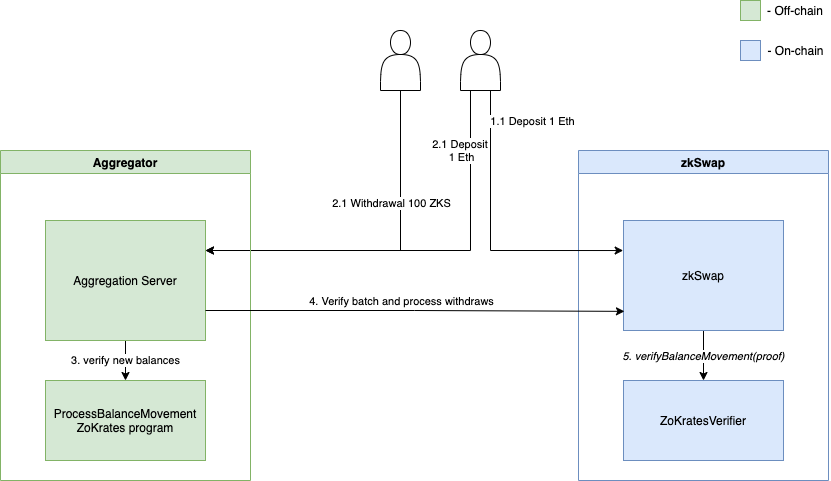
Above: thesis/diagrams/depWithFlow.png in petscheit/bachelor (draw.io), before the change. Source tidied: cells renumbered, new cells last; positions are measured from the earlier drawing's top-left corner, leaving out a move shared by most shapes. Source of this version:
```xml
<mxGraphModel>
  <root>
    <mxCell id="0" />
    <mxCell id="1" parent="0" />
    <mxCell id="2" value="&amp;nbsp;" style="text;html=1;align=left;verticalAlign=middle;" parent="1" vertex="1">
      <mxGeometry x="20" y="385" width="20" height="20" as="geometry" />
    </mxCell>
    <mxCell id="3" value="zkSwap" style="swimlane;fillColor=#dae8fc;strokeColor=#6c8ebf;" parent="1" vertex="1">
      <mxGeometry x="578" y="150" width="250" height="330" as="geometry" />
    </mxCell>
    <mxCell id="4" value="ZoKratesVerifier" style="rounded=0;whiteSpace=wrap;html=1;fillColor=#dae8fc;strokeColor=#6c8ebf;" parent="3" vertex="1">
      <mxGeometry x="45" y="230" width="160" height="80" as="geometry" />
    </mxCell>
    <mxCell id="5" value="&lt;i&gt;5. verifyBalanceMovement(proof)&lt;/i&gt;" style="edgeStyle=orthogonalEdgeStyle;rounded=0;jettySize=auto;html=1;exitX=0.5;exitY=1;exitDx=0;exitDy=0;" parent="3" edge="1" source="6" target="4">
      <mxGeometry relative="1" as="geometry" />
    </mxCell>
    <mxCell id="6" value="zkSwap" style="rounded=0;whiteSpace=wrap;html=1;fillColor=#dae8fc;strokeColor=#6c8ebf;" parent="3" vertex="1">
      <mxGeometry x="45" y="70" width="160" height="110" as="geometry" />
    </mxCell>
    <mxCell id="7" style="edgeStyle=orthogonalEdgeStyle;rounded=0;jettySize=auto;html=1;exitX=0.5;exitY=1;exitDx=0;exitDy=0;entryX=1;entryY=0.25;entryDx=0;entryDy=0;shadow=0;" parent="1" edge="1" source="9" target="17">
      <mxGeometry relative="1" as="geometry" />
    </mxCell>
    <mxCell id="8" value="2.1 Withdrawal 100 ZKS" style="edgeLabel;html=1;align=center;verticalAlign=middle;" parent="7" vertex="1">
      <mxGeometry x="-0.47" y="-1" relative="1" as="geometry">
        <mxPoint x="-9" y="18.3" as="offset" />
      </mxGeometry>
    </mxCell>
    <mxCell id="9" style="shape=actor;whiteSpace=wrap;html=1;" parent="1" vertex="1">
      <mxGeometry x="380" y="30" width="40" height="60" as="geometry" />
    </mxCell>
    <mxCell id="10" style="edgeStyle=orthogonalEdgeStyle;rounded=0;jettySize=auto;html=1;exitX=0.25;exitY=1;exitDx=0;exitDy=0;entryX=1;entryY=0.25;entryDx=0;entryDy=0;shadow=0;" parent="1" edge="1" source="14" target="17">
      <mxGeometry relative="1" as="geometry" />
    </mxCell>
    <mxCell id="11" value="2.1 Deposit &lt;br&gt;1 Eth" style="edgeLabel;html=1;align=center;verticalAlign=middle;" parent="10" vertex="1">
      <mxGeometry x="-0.55" relative="1" as="geometry">
        <mxPoint x="-10" y="-34.8" as="offset" />
      </mxGeometry>
    </mxCell>
    <mxCell id="12" style="edgeStyle=orthogonalEdgeStyle;rounded=0;jettySize=auto;html=1;exitX=0.75;exitY=1;exitDx=0;exitDy=0;shadow=0;entryX=-0.002;entryY=0.273;entryDx=0;entryDy=0;entryPerimeter=0;" parent="1" edge="1" source="14" target="6">
      <mxGeometry relative="1" as="geometry" />
    </mxCell>
    <mxCell id="13" value="1.1 Deposit 1 Eth" style="edgeLabel;html=1;align=center;verticalAlign=middle;" parent="12" vertex="1">
      <mxGeometry x="0.21" y="1" relative="1" as="geometry">
        <mxPoint x="24.4" y="-129" as="offset" />
      </mxGeometry>
    </mxCell>
    <mxCell id="14" style="shape=actor;whiteSpace=wrap;html=1;" parent="1" vertex="1">
      <mxGeometry x="460" y="30" width="40" height="60" as="geometry" />
    </mxCell>
    <mxCell id="15" value="Aggregator" style="swimlane;fillColor=#d5e8d4;strokeColor=#82b366;" parent="1" vertex="1">
      <mxGeometry y="150" width="250" height="330" as="geometry" />
    </mxCell>
    <mxCell id="16" value="3. verify new balances" style="edgeStyle=orthogonalEdgeStyle;rounded=0;jettySize=auto;html=1;exitX=0.5;exitY=1;exitDx=0;exitDy=0;entryX=0.5;entryY=0;entryDx=0;entryDy=0;" parent="15" edge="1" source="17" target="18">
      <mxGeometry relative="1" as="geometry" />
    </mxCell>
    <mxCell id="17" value="Aggregation Server" style="rounded=0;whiteSpace=wrap;html=1;fillColor=#d5e8d4;strokeColor=#82b366;" parent="15" vertex="1">
      <mxGeometry x="45" y="70" width="160" height="120" as="geometry" />
    </mxCell>
    <mxCell id="18" value="ProcessBalanceMovement&lt;br&gt;ZoKrates program" style="rounded=0;whiteSpace=wrap;html=1;fillColor=#d5e8d4;strokeColor=#82b366;" parent="15" vertex="1">
      <mxGeometry x="45" y="230" width="160" height="80" as="geometry" />
    </mxCell>
    <mxCell id="19" style="rounded=0;whiteSpace=wrap;html=1;fillColor=#d5e8d4;strokeColor=#82b366;" parent="1" vertex="1">
      <mxGeometry x="740" width="20" height="20" as="geometry" />
    </mxCell>
    <mxCell id="20" value="- Off-chain" style="text;html=1;strokeColor=none;fillColor=none;align=center;verticalAlign=middle;whiteSpace=wrap;rounded=0;" parent="1" vertex="1">
      <mxGeometry x="760" width="70" height="20" as="geometry" />
    </mxCell>
    <mxCell id="21" style="rounded=0;whiteSpace=wrap;html=1;fillColor=#dae8fc;strokeColor=#6c8ebf;" parent="1" vertex="1">
      <mxGeometry x="740" y="40" width="20" height="20" as="geometry" />
    </mxCell>
    <mxCell id="22" value="- On-chain" style="text;html=1;strokeColor=none;fillColor=none;align=center;verticalAlign=middle;whiteSpace=wrap;rounded=0;" parent="1" vertex="1">
      <mxGeometry x="763" y="40" width="65" height="20" as="geometry" />
    </mxCell>
    <mxCell id="23" style="edgeStyle=orthogonalEdgeStyle;rounded=0;jettySize=auto;html=1;exitX=1;exitY=0.75;exitDx=0;exitDy=0;entryX=0.006;entryY=0.826;entryDx=0;entryDy=0;entryPerimeter=0;shadow=0;" parent="1" edge="1" source="17" target="6">
      <mxGeometry relative="1" as="geometry" />
    </mxCell>
    <mxCell id="24" value="4. Verify batch and process withdraws" style="edgeLabel;html=1;align=center;verticalAlign=middle;" parent="23" vertex="1">
      <mxGeometry x="-0.41" relative="1" as="geometry">
        <mxPoint x="70.7" y="-10" as="offset" />
      </mxGeometry>
    </mxCell>
  </root>
</mxGraphModel>
```
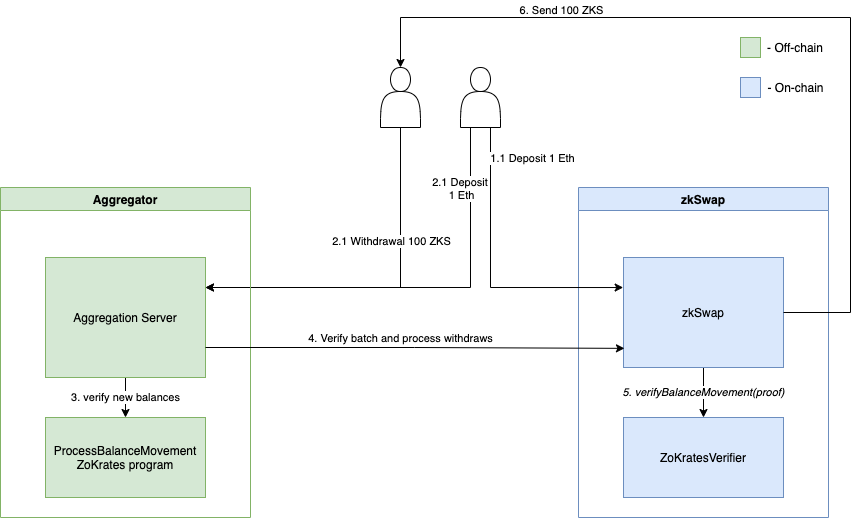
Later version of the same file.

The edit, as a diff of the source:
```diff
@@ -79,5 +79,19 @@
         <mxPoint x="70.7" y="-10" as="offset" />
       </mxGeometry>
     </mxCell>
+    <mxCell id="25" style="edgeStyle=orthogonalEdgeStyle;rounded=0;jettySize=auto;html=1;exitX=1;exitY=0.5;exitDx=0;exitDy=0;entryX=0.5;entryY=0;entryDx=0;entryDy=0;fontSize=14;" parent="1" edge="1" source="6" target="9">
+      <mxGeometry relative="1" as="geometry">
+        <Array as="points">
+          <mxPoint x="850" y="275" />
+          <mxPoint x="850" y="-20" />
+          <mxPoint x="400" y="-20" />
+        </Array>
+      </mxGeometry>
+    </mxCell>
+    <mxCell id="26" value="&lt;font style=&quot;font-size: 11px&quot;&gt;6. Send 100 ZKS&lt;/font&gt;" style="edgeLabel;html=1;align=center;verticalAlign=middle;fontSize=14;" parent="25" vertex="1">
+      <mxGeometry x="0.56" relative="1" as="geometry">
+        <mxPoint x="19" y="-10" as="offset" />
+      </mxGeometry>
+    </mxCell>
   </root>
 </mxGraphModel>
```
